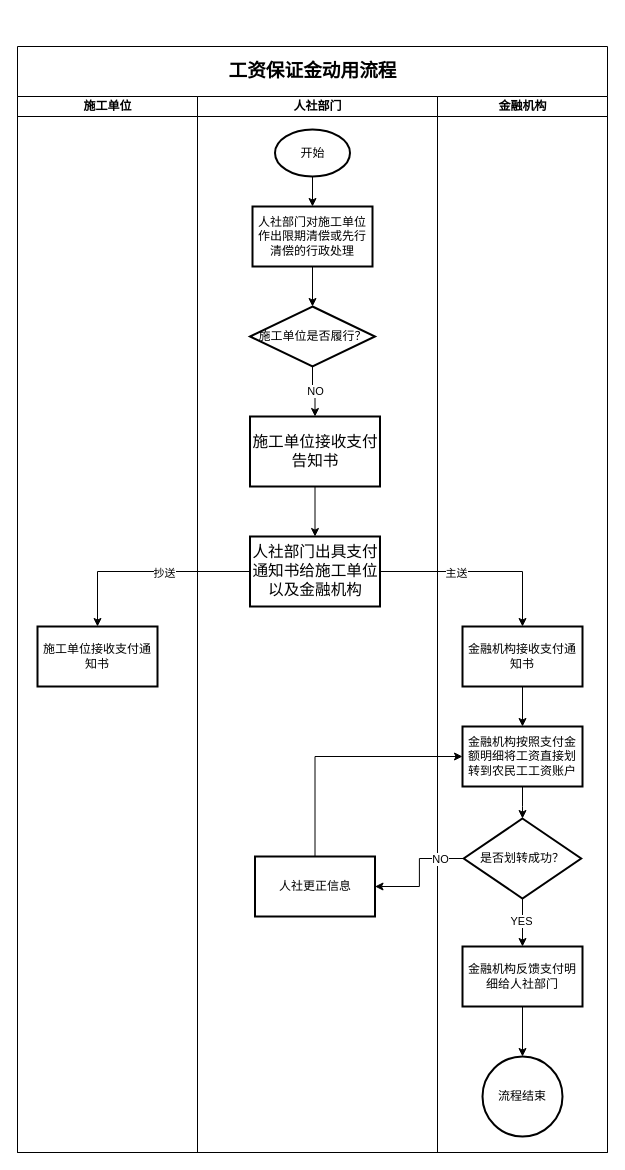
Above: page "工资保证金动用流程" (3 of 4) of 农民工工资详细设计流程图.drawio in coderjbin/drawio (draw.io), before the change. Source tidied: cells renumbered, new cells numbered last; positions are measured from the earlier drawing's top-left corner, leaving out a move shared by most shapes. Both pictures are drawn from the tidied source at 100%, with x=0, y=0 at pixel (17, 46).
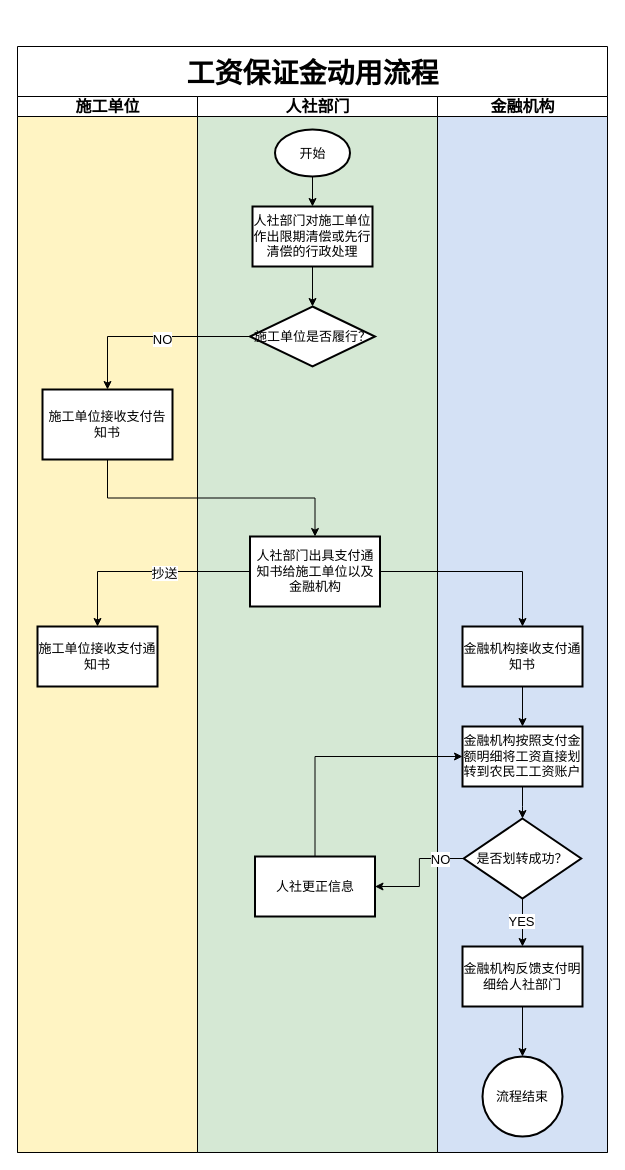
The same diagram, later.

Change to the diagram source:
```diff
@@
-    <mxCell id="2" value="&lt;p class=&quot;MsoNormal&quot;&gt;&lt;b&gt;&lt;span style=&quot;font-family: 方正仿宋_GB2312; font-size: 14pt;&quot;&gt;工资保证金动用流程&lt;/span&gt;&lt;/b&gt;&lt;/p&gt;" style="swimlane;startSize=50;html=1;" parent="1" vertex="1">
+    <mxCell id="2" value="&lt;p style=&quot;&quot; class=&quot;MsoNormal&quot;&gt;&lt;b style=&quot;&quot;&gt;&lt;font style=&quot;font-size: 28px;&quot;&gt;工资保证金动用流程&lt;/font&gt;&lt;/b&gt;&lt;/p&gt;" style="swimlane;startSize=50;html=1;fontSize=34;fontFamily=Helvetica;" parent="1" vertex="1">
       <mxGeometry width="590" height="1106" as="geometry" />
     </mxCell>
-    <mxCell id="3" value="施工单位" style="swimlane;startSize=20;html=1;" parent="2" vertex="1">
+    <mxCell id="3" value="施工单位" style="swimlane;startSize=20;html=1;fontSize=16;fontFamily=Helvetica;swimlaneFillColor=#FFF4C3;" parent="2" vertex="1">
       <mxGeometry y="50" width="180" height="1056" as="geometry" />
     </mxCell>
-    <mxCell id="4" value="施工单位接收支付通知书" style="whiteSpace=wrap;html=1;strokeWidth=2;" parent="3" vertex="1">
+    <mxCell id="4" value="施工单位接收支付通知书" style="whiteSpace=wrap;html=1;strokeWidth=2;fontSize=13;fontFamily=Helvetica;" parent="3" vertex="1">
       <mxGeometry x="20" y="530" width="120" height="60" as="geometry" />
     </mxCell>
+    <mxCell id="15" value="&lt;p style=&quot;font-size: 13px;&quot; class=&quot;MsoNormal&quot;&gt;&lt;font style=&quot;font-size: 13px;&quot;&gt;&lt;span style=&quot;font-size: 13px;&quot;&gt;施工单位接收支付告知书&lt;/span&gt;&lt;/font&gt;&lt;br style=&quot;font-size: 13px;&quot;&gt;&lt;/p&gt;" style="whiteSpace=wrap;html=1;strokeWidth=2;fontSize=13;fontFamily=Helvetica;" parent="3" vertex="1">
+      <mxGeometry x="25" y="293" width="130" height="70" as="geometry" />
+    </mxCell>
-    <mxCell id="5" value="人社部门" style="swimlane;startSize=20;html=1;" parent="2" vertex="1">
+    <mxCell id="5" value="人社部门" style="swimlane;startSize=20;html=1;fontSize=16;fontFamily=Helvetica;gradientColor=none;swimlaneFillColor=#D5E8D4;" parent="2" vertex="1">
       <mxGeometry x="180" y="50" width="240" height="1056" as="geometry" />
     </mxCell>
-    <mxCell id="6" value="&lt;p class=&quot;MsoNormal&quot;&gt;&lt;span style=&quot;font-family: 方正仿宋_GB2312;&quot;&gt;&lt;font style=&quot;font-size: 15.6667px;&quot;&gt;人社部门出具支付通知书给施工单位以及金融机构&lt;/font&gt;&lt;/span&gt;&lt;/p&gt;" style="whiteSpace=wrap;html=1;strokeWidth=2;" parent="5" vertex="1">
+    <mxCell id="6" value="&lt;p style=&quot;font-size: 13px;&quot; class=&quot;MsoNormal&quot;&gt;&lt;span style=&quot;font-size: 13px;&quot;&gt;&lt;font style=&quot;font-size: 13px;&quot;&gt;人社部门出具支付通知书给施工单位以及金融机构&lt;/font&gt;&lt;/span&gt;&lt;/p&gt;" style="whiteSpace=wrap;html=1;strokeWidth=2;fontSize=13;fontFamily=Helvetica;" parent="5" vertex="1">
       <mxGeometry x="52.5" y="440" width="130" height="70" as="geometry" />
     </mxCell>
-    <mxCell id="7" style="edgeStyle=orthogonalEdgeStyle;rounded=0;jettySize=auto;html=1;" parent="5" edge="1" source="8" target="10">
+    <mxCell id="7" style="edgeStyle=orthogonalEdgeStyle;rounded=0;jettySize=auto;html=1;fontSize=13;fontFamily=Helvetica;" parent="5" edge="1" source="8" target="10">
       <mxGeometry relative="1" as="geometry" />
     </mxCell>
-    <mxCell id="8" value="开始" style="strokeWidth=2;html=1;shape=mxgraph.flowchart.start_2;whiteSpace=wrap;" parent="5" vertex="1">
+    <mxCell id="8" value="开始" style="strokeWidth=2;html=1;shape=mxgraph.flowchart.start_2;whiteSpace=wrap;fontSize=13;fontFamily=Helvetica;" parent="5" vertex="1">
       <mxGeometry x="77.5" y="33" width="75" height="47" as="geometry" />
     </mxCell>
-    <mxCell id="9" style="edgeStyle=orthogonalEdgeStyle;rounded=0;jettySize=auto;html=1;" parent="5" edge="1" source="10" target="13">
+    <mxCell id="9" style="edgeStyle=orthogonalEdgeStyle;rounded=0;jettySize=auto;html=1;fontSize=13;fontFamily=Helvetica;" parent="5" edge="1" source="10" target="13">
       <mxGeometry relative="1" as="geometry" />
     </mxCell>
-    <mxCell id="10" value="人社部门对施工单位作出限期清偿或先行清偿的行政处理" style="whiteSpace=wrap;html=1;strokeWidth=2;" parent="5" vertex="1">
+    <mxCell id="10" value="人社部门对施工单位作出限期清偿或先行清偿的行政处理" style="whiteSpace=wrap;html=1;strokeWidth=2;fontSize=13;fontFamily=Helvetica;" parent="5" vertex="1">
       <mxGeometry x="55" y="110" width="120" height="60" as="geometry" />
     </mxCell>
-    <mxCell id="11" style="edgeStyle=orthogonalEdgeStyle;rounded=0;jettySize=auto;html=1;entryX=0.5;entryY=0;entryDx=0;entryDy=0;" parent="5" edge="1" source="13" target="15">
-      <mxGeometry relative="1" as="geometry" />
-    </mxCell>
-    <mxCell id="12" value="NO" style="edgeLabel;html=1;align=center;verticalAlign=middle;" parent="11" vertex="1">
-      <mxGeometry x="-0.1" y="2" relative="1" as="geometry" />
-    </mxCell>
-    <mxCell id="13" value="施工单位是否履行？" style="rhombus;whiteSpace=wrap;html=1;strokeWidth=2;" parent="5" vertex="1">
+    <mxCell id="13" value="施工单位是否履行？" style="rhombus;whiteSpace=wrap;html=1;strokeWidth=2;fontSize=13;fontFamily=Helvetica;" parent="5" vertex="1">
       <mxGeometry x="52.5" y="210" width="125" height="60" as="geometry" />
     </mxCell>
-    <mxCell id="14" style="edgeStyle=orthogonalEdgeStyle;rounded=0;jettySize=auto;html=1;entryX=0.5;entryY=0;entryDx=0;entryDy=0;" parent="5" edge="1" source="15" target="6">
-      <mxGeometry relative="1" as="geometry" />
-    </mxCell>
-    <mxCell id="15" value="&lt;p class=&quot;MsoNormal&quot;&gt;&lt;font face=&quot;方正仿宋_GB2312&quot;&gt;&lt;span style=&quot;font-size: 15.6667px;&quot;&gt;施工单位接收支付告知书&lt;/span&gt;&lt;/font&gt;&lt;br&gt;&lt;/p&gt;" style="whiteSpace=wrap;html=1;strokeWidth=2;" parent="5" vertex="1">
-      <mxGeometry x="52.5" y="320" width="130" height="70" as="geometry" />
-    </mxCell>
-    <mxCell id="16" value="人社更正信息" style="whiteSpace=wrap;html=1;strokeWidth=2;" parent="5" vertex="1">
+    <mxCell id="16" value="人社更正信息" style="whiteSpace=wrap;html=1;strokeWidth=2;fontSize=13;fontFamily=Helvetica;" parent="5" vertex="1">
       <mxGeometry x="57.5" y="760" width="120" height="60" as="geometry" />
     </mxCell>
-    <mxCell id="17" style="edgeStyle=orthogonalEdgeStyle;rounded=0;jettySize=auto;html=1;" parent="2" edge="1" source="6" target="23">
-      <mxGeometry relative="1" as="geometry" />
-    </mxCell>
-    <mxCell id="18" value="主送" style="edgeLabel;html=1;align=center;verticalAlign=middle;" parent="17" vertex="1">
-      <mxGeometry x="-0.24" y="-1" relative="1" as="geometry">
-        <mxPoint x="1" as="offset" />
-      </mxGeometry>
-    </mxCell>
-    <mxCell id="19" style="edgeStyle=orthogonalEdgeStyle;rounded=0;jettySize=auto;html=1;entryX=0.5;entryY=0;entryDx=0;entryDy=0;" parent="2" edge="1" source="6" target="4">
+    <mxCell id="19" style="edgeStyle=orthogonalEdgeStyle;rounded=0;jettySize=auto;html=1;entryX=0.5;entryY=0;entryDx=0;entryDy=0;fontSize=13;fontFamily=Helvetica;" parent="2" edge="1" source="6" target="4">
       <mxGeometry relative="1" as="geometry" />
     </mxCell>
-    <mxCell id="20" value="抄送" style="edgeLabel;html=1;align=center;verticalAlign=middle;" parent="19" vertex="1">
+    <mxCell id="20" value="抄送" style="edgeLabel;html=1;align=center;verticalAlign=middle;fontSize=13;fontFamily=Helvetica;" parent="19" vertex="1">
       <mxGeometry x="-0.17" y="1" relative="1" as="geometry" />
     </mxCell>
-    <mxCell id="21" value="金融机构" style="swimlane;startSize=20;html=1;" parent="2" vertex="1">
+    <mxCell id="21" value="金融机构" style="swimlane;startSize=20;html=1;fontSize=16;fontFamily=Helvetica;gradientColor=none;swimlaneFillColor=#D4E1F5;" parent="2" vertex="1">
       <mxGeometry x="420" y="50" width="170" height="1056" as="geometry" />
     </mxCell>
-    <mxCell id="22" style="edgeStyle=orthogonalEdgeStyle;rounded=0;jettySize=auto;html=1;" parent="21" edge="1" source="23" target="25">
+    <mxCell id="22" style="edgeStyle=orthogonalEdgeStyle;rounded=0;jettySize=auto;html=1;fontSize=13;fontFamily=Helvetica;" parent="21" edge="1" source="23" target="25">
       <mxGeometry relative="1" as="geometry" />
     </mxCell>
-    <mxCell id="23" value="金融机构接收支付通知书" style="whiteSpace=wrap;html=1;strokeWidth=2;" parent="21" vertex="1">
+    <mxCell id="23" value="金融机构接收支付通知书" style="whiteSpace=wrap;html=1;strokeWidth=2;fontSize=13;fontFamily=Helvetica;" parent="21" vertex="1">
       <mxGeometry x="25" y="530" width="120" height="60" as="geometry" />
     </mxCell>
-    <mxCell id="24" style="edgeStyle=orthogonalEdgeStyle;rounded=0;jettySize=auto;html=1;" parent="21" edge="1" source="25" target="28">
+    <mxCell id="24" style="edgeStyle=orthogonalEdgeStyle;rounded=0;jettySize=auto;html=1;fontSize=13;fontFamily=Helvetica;" parent="21" edge="1" source="25" target="28">
       <mxGeometry relative="1" as="geometry" />
     </mxCell>
-    <mxCell id="25" value="金融机构按照支付金额明细将工资直接划转到农民工工资账户" style="whiteSpace=wrap;html=1;strokeWidth=2;" parent="21" vertex="1">
+    <mxCell id="25" value="金融机构按照支付金额明细将工资直接划转到农民工工资账户" style="whiteSpace=wrap;html=1;strokeWidth=2;fontSize=13;fontFamily=Helvetica;" parent="21" vertex="1">
       <mxGeometry x="25" y="630" width="120" height="60" as="geometry" />
     </mxCell>
-    <mxCell id="26" style="edgeStyle=orthogonalEdgeStyle;rounded=0;jettySize=auto;html=1;" parent="21" edge="1" source="28" target="30">
+    <mxCell id="26" style="edgeStyle=orthogonalEdgeStyle;rounded=0;jettySize=auto;html=1;fontSize=13;fontFamily=Helvetica;" parent="21" edge="1" source="28" target="30">
       <mxGeometry relative="1" as="geometry" />
     </mxCell>
-    <mxCell id="27" value="YES" style="edgeLabel;html=1;align=center;verticalAlign=middle;" parent="26" vertex="1">
+    <mxCell id="27" value="YES" style="edgeLabel;html=1;align=center;verticalAlign=middle;fontSize=13;fontFamily=Helvetica;" parent="26" vertex="1">
       <mxGeometry x="-0.04" y="-2" relative="1" as="geometry" />
     </mxCell>
-    <mxCell id="28" value="是否划转成功？" style="rhombus;whiteSpace=wrap;html=1;strokeWidth=2;" parent="21" vertex="1">
+    <mxCell id="28" value="是否划转成功？" style="rhombus;whiteSpace=wrap;html=1;strokeWidth=2;fontSize=13;fontFamily=Helvetica;" parent="21" vertex="1">
       <mxGeometry x="26.2" y="722" width="117.5" height="80" as="geometry" />
     </mxCell>
-    <mxCell id="29" style="edgeStyle=orthogonalEdgeStyle;rounded=0;jettySize=auto;html=1;" parent="21" edge="1" source="30" target="31">
+    <mxCell id="29" style="edgeStyle=orthogonalEdgeStyle;rounded=0;jettySize=auto;html=1;fontSize=13;fontFamily=Helvetica;" parent="21" edge="1" source="30" target="31">
       <mxGeometry relative="1" as="geometry" />
     </mxCell>
-    <mxCell id="30" value="金融机构反馈支付明细给人社部门" style="whiteSpace=wrap;html=1;strokeWidth=2;" parent="21" vertex="1">
+    <mxCell id="30" value="金融机构反馈支付明细给人社部门" style="whiteSpace=wrap;html=1;strokeWidth=2;fontSize=13;fontFamily=Helvetica;" parent="21" vertex="1">
       <mxGeometry x="25" y="850" width="120" height="60" as="geometry" />
     </mxCell>
-    <mxCell id="31" value="流程结束" style="ellipse;whiteSpace=wrap;html=1;strokeWidth=2;" parent="21" vertex="1">
+    <mxCell id="31" value="流程结束" style="ellipse;whiteSpace=wrap;html=1;strokeWidth=2;fontSize=13;fontFamily=Helvetica;" parent="21" vertex="1">
       <mxGeometry x="45" y="960" width="80" height="80" as="geometry" />
     </mxCell>
-    <mxCell id="32" style="edgeStyle=orthogonalEdgeStyle;rounded=0;jettySize=auto;html=1;entryX=1;entryY=0.5;entryDx=0;entryDy=0;" parent="2" edge="1" source="28" target="16">
+    <mxCell id="32" style="edgeStyle=orthogonalEdgeStyle;rounded=0;jettySize=auto;html=1;entryX=1;entryY=0.5;entryDx=0;entryDy=0;fontSize=13;fontFamily=Helvetica;" parent="2" edge="1" source="28" target="16">
       <mxGeometry relative="1" as="geometry" />
     </mxCell>
-    <mxCell id="33" value="NO" style="edgeLabel;html=1;align=center;verticalAlign=middle;" parent="32" vertex="1">
-      <mxGeometry x="-0.59" relative="1" as="geometry" />
-    </mxCell>
+    <mxCell id="35" value="NO" style="edgeLabel;html=1;align=center;verticalAlign=middle;fontSize=13;fontFamily=Helvetica;" parent="32" vertex="1">
+      <mxGeometry x="-0.59" relative="1" as="geometry" />
+    </mxCell>
-    <mxCell id="34" style="edgeStyle=orthogonalEdgeStyle;rounded=0;jettySize=auto;html=1;entryX=0;entryY=0.5;entryDx=0;entryDy=0;exitX=0.5;exitY=0;exitDx=0;exitDy=0;" parent="2" edge="1" source="16" target="25">
+    <mxCell id="34" style="edgeStyle=orthogonalEdgeStyle;rounded=0;jettySize=auto;html=1;entryX=0;entryY=0.5;entryDx=0;entryDy=0;exitX=0.5;exitY=0;exitDx=0;exitDy=0;fontSize=13;fontFamily=Helvetica;" parent="2" edge="1" source="16" target="25">
       <mxGeometry relative="1" as="geometry" />
     </mxCell>
+    <mxCell id="11" style="edgeStyle=orthogonalEdgeStyle;rounded=0;jettySize=auto;html=1;entryX=0.5;entryY=0;entryDx=0;entryDy=0;fontSize=13;fontFamily=Helvetica;" parent="2" edge="1" source="13" target="15">
+      <mxGeometry relative="1" as="geometry" />
+    </mxCell>
+    <mxCell id="36" value="NO" style="edgeLabel;html=1;align=center;verticalAlign=middle;fontSize=13;fontFamily=Helvetica;" parent="11" vertex="1">
+      <mxGeometry x="-0.1" y="2" relative="1" as="geometry" />
+    </mxCell>
+    <mxCell id="14" style="edgeStyle=orthogonalEdgeStyle;rounded=0;jettySize=auto;html=1;entryX=0.5;entryY=0;entryDx=0;entryDy=0;exitX=0.5;exitY=1;exitDx=0;exitDy=0;fontSize=13;fontFamily=Helvetica;" parent="2" edge="1" source="15" target="6">
+      <mxGeometry relative="1" as="geometry" />
+    </mxCell>
+    <mxCell id="17" style="edgeStyle=orthogonalEdgeStyle;rounded=0;jettySize=auto;html=1;entryX=0.5;entryY=0;entryDx=0;entryDy=0;" parent="2" edge="1" source="6" target="23">
+      <mxGeometry relative="1" as="geometry" />
+    </mxCell>
```
